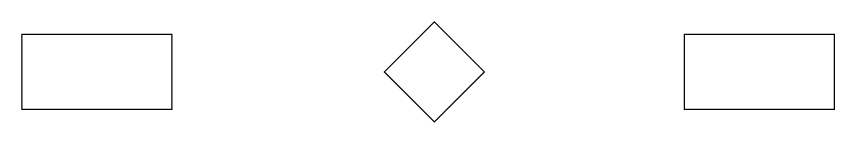
Before: clase_diagrama_relacion.drawio in jhanca27/jhanca27, a draw.io diagram. Source tidied: cells renumbered, new cells numbered last; positions are measured from the earlier drawing's top-left corner, leaving out a move shared by most shapes. Both pictures are drawn from the tidied source at 125%, with x=0, y=0 at pixel (21, 21).
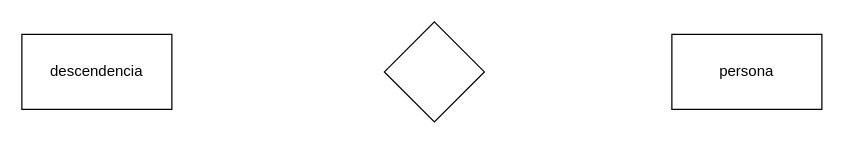
The same diagram, later.

The edit, as a diff of the source:
```diff
@@
 <mxGraphModel>
   <root>
     <mxCell id="0" />
     <mxCell id="1" parent="0" />
-    <mxCell id="2" style="rounded=0;whiteSpace=wrap;html=1;" parent="1" vertex="1">
+    <mxCell id="2" value="descendencia" style="rounded=0;whiteSpace=wrap;html=1;" parent="1" vertex="1">
       <mxGeometry y="10" width="120" height="60" as="geometry" />
     </mxCell>
-    <mxCell id="3" style="rounded=0;whiteSpace=wrap;html=1;" parent="1" vertex="1">
-      <mxGeometry x="530" y="10" width="120" height="60" as="geometry" />
+    <mxCell id="3" value="persona" style="rounded=0;whiteSpace=wrap;html=1;glass=0;shadow=0;" parent="1" vertex="1">
+      <mxGeometry x="520" y="10" width="120" height="60" as="geometry" />
     </mxCell>
     <mxCell id="4" style="rhombus;whiteSpace=wrap;html=1;" parent="1" vertex="1">
       <mxGeometry x="290" width="80" height="80" as="geometry" />
     </mxCell>
   </root>
 </mxGraphModel>
```
